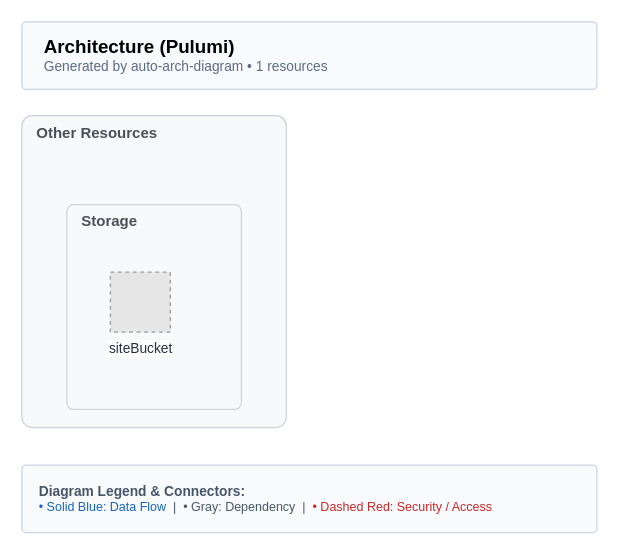
Above: examples/serverless-website/oci/pulumi/architecture-diagram.drawio in suryakumaran2611/auto-arch-diagram (draw.io), before the change. Source tidied: cells renumbered, new cells numbered last; positions are measured from the earlier drawing's top-left corner, leaving out a move shared by most shapes. Both pictures are drawn from the tidied source at 125%, with x=0, y=0 at pixel (21, 21). Pictures stored in the file or linked from it are replaced by grey dashed boxes.
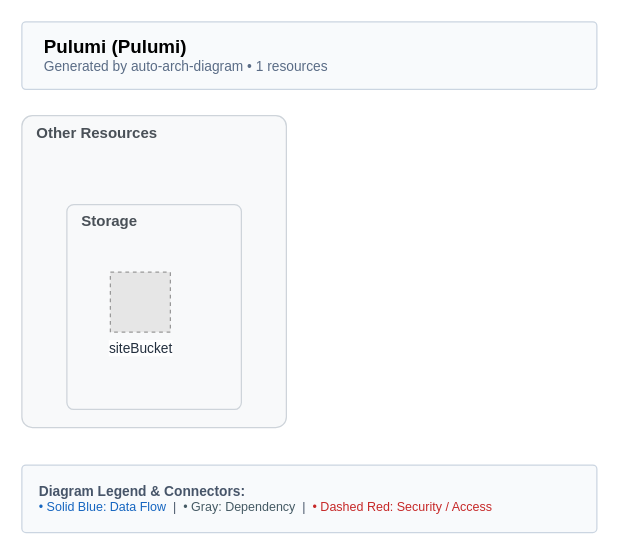
The same page after the edit.

The edit, as a diff of the source:
```diff
@@
 <mxGraphModel background="#FFFFFF">
   <root>
     <mxCell id="0" />
     <mxCell id="1" parent="0" />
-    <mxCell id="2" value="&lt;b style='font-size:15px;'&gt;Architecture (Pulumi)&lt;/b&gt;&lt;br/&gt;&lt;span style='font-size:11px;color:#5A6C86;'&gt;Generated by auto-arch-diagram &amp;bull; 1 resources&lt;/span&gt;" style="rounded=1;whiteSpace=wrap;html=1;arcSize=6;fillColor=#F8FAFC;strokeColor=#CBD5E1;strokeWidth=1;align=left;spacingLeft=16;verticalAlign=middle;" parent="1" vertex="1">
+    <mxCell id="2" value="&lt;b style='font-size:15px;'&gt;Pulumi (Pulumi)&lt;/b&gt;&lt;br/&gt;&lt;span style='font-size:11px;color:#5A6C86;'&gt;Generated by auto-arch-diagram &amp;bull; 1 resources&lt;/span&gt;" style="rounded=1;whiteSpace=wrap;html=1;arcSize=6;fillColor=#F8FAFC;strokeColor=#CBD5E1;strokeWidth=1;align=left;spacingLeft=16;verticalAlign=middle;" parent="1" vertex="1">
       <mxGeometry width="460" height="54" as="geometry" />
     </mxCell>
     <mxCell id="3" value="Other Resources" style="rounded=1;whiteSpace=wrap;html=1;arcSize=4;verticalAlign=top;align=left;spacingLeft=10;fontSize=12;fontStyle=1;fillColor=#F8F9FA;strokeColor=#CED4DA;fontColor=#495057;" parent="1" vertex="1">
       <mxGeometry y="75" width="211.6" height="249.5" as="geometry" />
     </mxCell>
     <mxCell id="4" value="Storage" style="rounded=1;whiteSpace=wrap;html=1;arcSize=4;verticalAlign=top;align=left;spacingLeft=10;fontSize=12;fontStyle=1;fillColor=#F8F9FA;strokeColor=#CED4DA;fontColor=#495057;" parent="3" vertex="1">
       <mxGeometry x="36" y="71.2" width="139.6" height="163.9" as="geometry" />
     </mxCell>
     <mxCell id="5" value="siteBucket" style="fillColor=#E6E6E6;strokeColor=#999999;dashed=1;html=1;verticalLabelPosition=bottom;verticalAlign=top;fontSize=11;fontColor=#232F3E;labelBackgroundColor=#FFFFFF;" parent="4" vertex="1">
       <mxGeometry x="34.8" y="54" width="48" height="48" as="geometry" />
     </mxCell>
     <mxCell id="6" value="&lt;b style='font-size:11px;'&gt;Diagram Legend &amp;amp; Connectors:&lt;/b&gt;&lt;br/&gt;&lt;span style='color:#1565C0;'&gt;&amp;bull; Solid Blue: Data Flow&lt;/span&gt; &amp;nbsp;|&amp;nbsp; &lt;span style='color:#455A64;'&gt;&amp;bull; Gray: Dependency&lt;/span&gt; &amp;nbsp;|&amp;nbsp; &lt;span style='color:#C62828;'&gt;&amp;bull; Dashed Red: Security / Access&lt;/span&gt;" style="rounded=1;whiteSpace=wrap;html=1;arcSize=6;fillColor=#F8FAFC;strokeColor=#CBD5E1;strokeWidth=1;fontSize=10;fontColor=#475569;align=left;spacingLeft=12;spacingRight=12;verticalAlign=middle;" parent="1" vertex="1">
       <mxGeometry y="354.5" width="460" height="54" as="geometry" />
     </mxCell>
   </root>
 </mxGraphModel>
```
